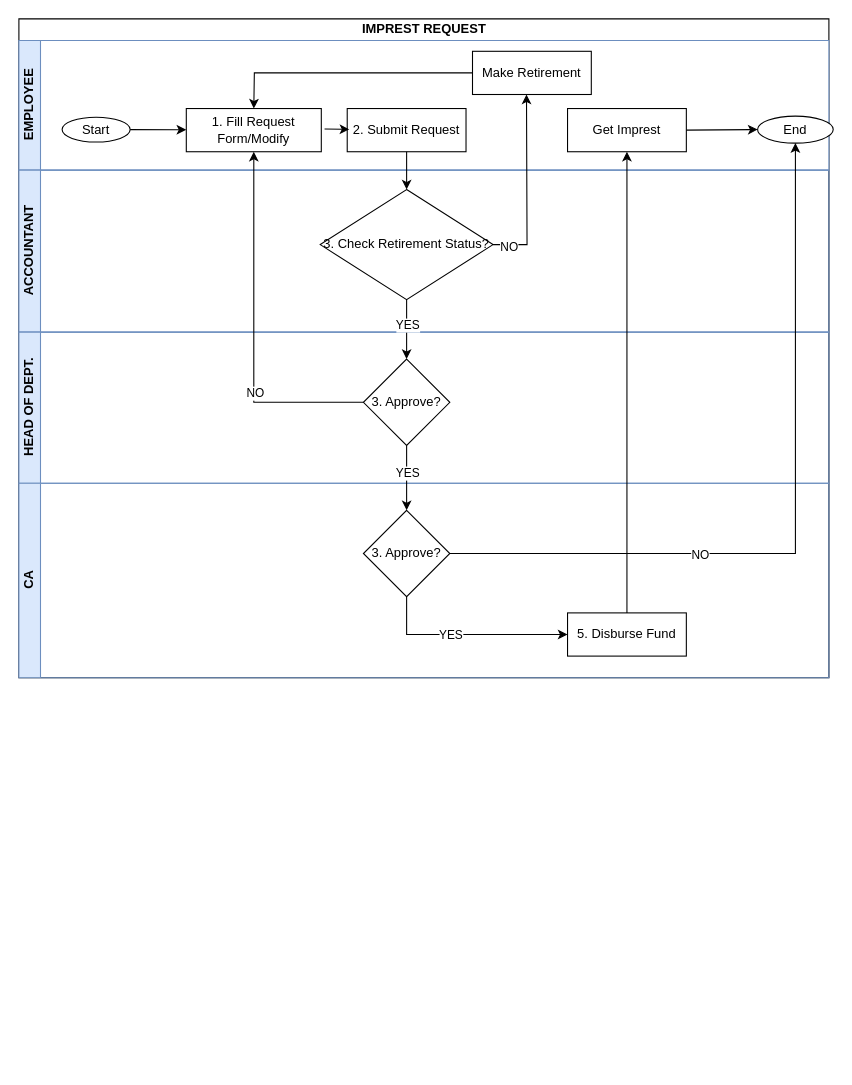
MbalamulaS/tech-diagrams keeps this draw.io diagram as page "imprest request" (3 of 15) of wajibika/wajibika-sketches.drawio. Above is the earlier version. Source tidied: cells renumbered, new cells numbered last; positions are measured from the earlier drawing's top-left corner, leaving out a move shared by most shapes. Both pictures are drawn from the tidied source at 108%, with x=0, y=0 at pixel (18, 18).
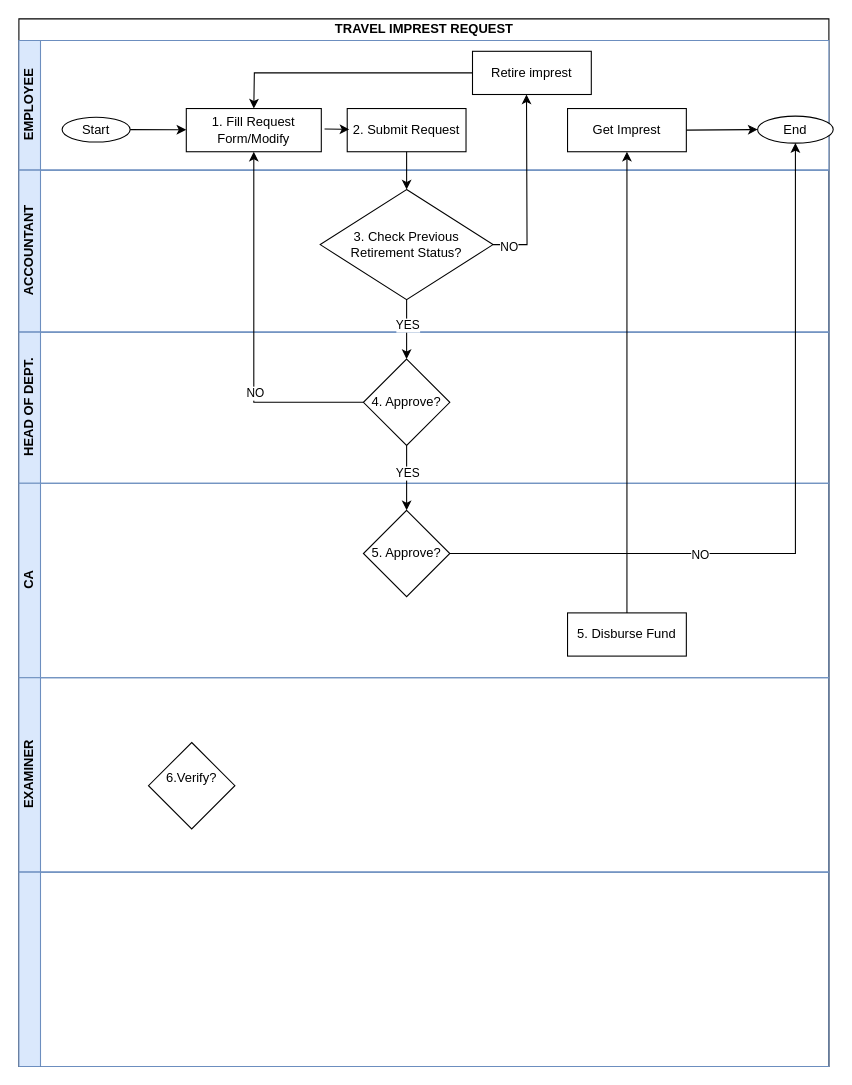
After the change.

The change refers to these unchanged cells:
```xml
<mxCell id="3" value="EMPLOYEE" style="swimlane;startSize=20;horizontal=0;html=1;fillColor=#dae8fc;strokeColor=#6c8ebf;swimlaneFillColor=#FFFFFF;" parent="2" vertex="1">
  <mxGeometry y="20" width="750" height="120" as="geometry" />
</mxCell>
<mxCell id="14" value="ACCOUNTANT" style="swimlane;startSize=20;horizontal=0;html=1;fillColor=#dae8fc;strokeColor=#6c8ebf;" parent="2" vertex="1">
  <mxGeometry y="140" width="750" height="150" as="geometry" />
</mxCell>
<mxCell id="19" value="HEAD OF DEPT." style="swimlane;startSize=20;horizontal=0;html=1;fillColor=#dae8fc;strokeColor=#6c8ebf;" parent="2" vertex="1">
  <mxGeometry y="290" width="750" height="140" as="geometry" />
</mxCell>
<mxCell id="21" value="CA" style="swimlane;startSize=20;horizontal=0;html=1;fillColor=#dae8fc;strokeColor=#6c8ebf;" parent="2" vertex="1">
  <mxGeometry y="430" width="750" height="180" as="geometry" />
</mxCell>
<mxCell id="23" value="5. Disburse Fund" style="whiteSpace=wrap;html=1;" parent="21" vertex="1">
  <mxGeometry x="508" y="120" width="110" height="40" as="geometry" />
</mxCell>
```

Diff of the diagram source:
```diff
@@
-    <mxCell id="2" value="IMPREST REQUEST" style="swimlane;horizontal=1;startSize=20;html=1;swimlaneFillColor=#FFFFFF;" parent="1" vertex="1">
-      <mxGeometry width="750" height="610" as="geometry" />
+    <mxCell id="2" value="TRAVEL IMPREST REQUEST" style="swimlane;horizontal=1;startSize=20;html=1;swimlaneFillColor=#FFFFFF;" parent="1" vertex="1">
+      <mxGeometry width="750" height="970" as="geometry" />
     </mxCell>
@@
-    <mxCell id="12" value="Make Retirement" style="whiteSpace=wrap;html=1;" parent="3" vertex="1">
+    <mxCell id="12" value="Retire imprest" style="whiteSpace=wrap;html=1;" parent="3" vertex="1">
       <mxGeometry x="420" y="10" width="110" height="40" as="geometry" />
     </mxCell>
@@
-    <mxCell id="15" value="&lt;div&gt;3. Check Retirement Status?&lt;br&gt;&lt;/div&gt;" style="rhombus;whiteSpace=wrap;html=1;" parent="14" vertex="1">
+    <mxCell id="15" value="&lt;div&gt;3. Check Previous&lt;/div&gt;&lt;div&gt;Retirement Status?&lt;br&gt;&lt;/div&gt;" style="rhombus;whiteSpace=wrap;html=1;" parent="14" vertex="1">
       <mxGeometry x="279" y="18" width="160" height="102" as="geometry" />
     </mxCell>
@@
-    <mxCell id="20" value="&lt;div&gt;3. Approve?&lt;br&gt;&lt;/div&gt;" style="rhombus;whiteSpace=wrap;html=1;" parent="19" vertex="1">
+    <mxCell id="20" value="&lt;div&gt;4. Approve?&lt;br&gt;&lt;/div&gt;" style="rhombus;whiteSpace=wrap;html=1;" parent="19" vertex="1">
       <mxGeometry x="319" y="25" width="80" height="80" as="geometry" />
     </mxCell>
@@
-    <mxCell id="22" value="&lt;div&gt;3. Approve?&lt;br&gt;&lt;/div&gt;" style="rhombus;whiteSpace=wrap;html=1;" parent="21" vertex="1">
+    <mxCell id="22" value="&lt;div&gt;5. Approve?&lt;br&gt;&lt;/div&gt;" style="rhombus;whiteSpace=wrap;html=1;" parent="21" vertex="1">
       <mxGeometry x="319" y="25" width="80" height="80" as="geometry" />
     </mxCell>
@@
-    <mxCell id="24" style="endArrow=classic;html=1;rounded=0;entryX=0;entryY=0.5;entryDx=0;entryDy=0;exitX=0.5;exitY=1;exitDx=0;exitDy=0;" parent="21" edge="1" source="22" target="23">
-      <mxGeometry relative="1" as="geometry">
-        <Array as="points">
-          <mxPoint x="359" y="140" />
-        </Array>
-      </mxGeometry>
-    </mxCell>
-    <mxCell id="25" value="YES" style="edgeLabel;html=1;align=center;verticalAlign=middle;" parent="24" vertex="1">
-      <mxGeometry x="-0.18" relative="1" as="geometry" />
-    </mxCell>
+    <mxCell id="35" value="EXAMINER" style="swimlane;startSize=20;horizontal=0;html=1;fillColor=#dae8fc;strokeColor=#6c8ebf;" parent="2" vertex="1">
+      <mxGeometry y="610" width="750" height="180" as="geometry" />
+    </mxCell>
+    <mxCell id="36" value="6.Verify?&lt;div&gt;&lt;br&gt;&lt;/div&gt;" style="rhombus;whiteSpace=wrap;html=1;" parent="35" vertex="1">
+      <mxGeometry x="120" y="60" width="80" height="80" as="geometry" />
+    </mxCell>
+    <mxCell id="37" style="swimlane;startSize=20;horizontal=0;html=1;fillColor=#dae8fc;strokeColor=#6c8ebf;" parent="2" vertex="1">
+      <mxGeometry y="790" width="750" height="180" as="geometry" />
+    </mxCell>
```
